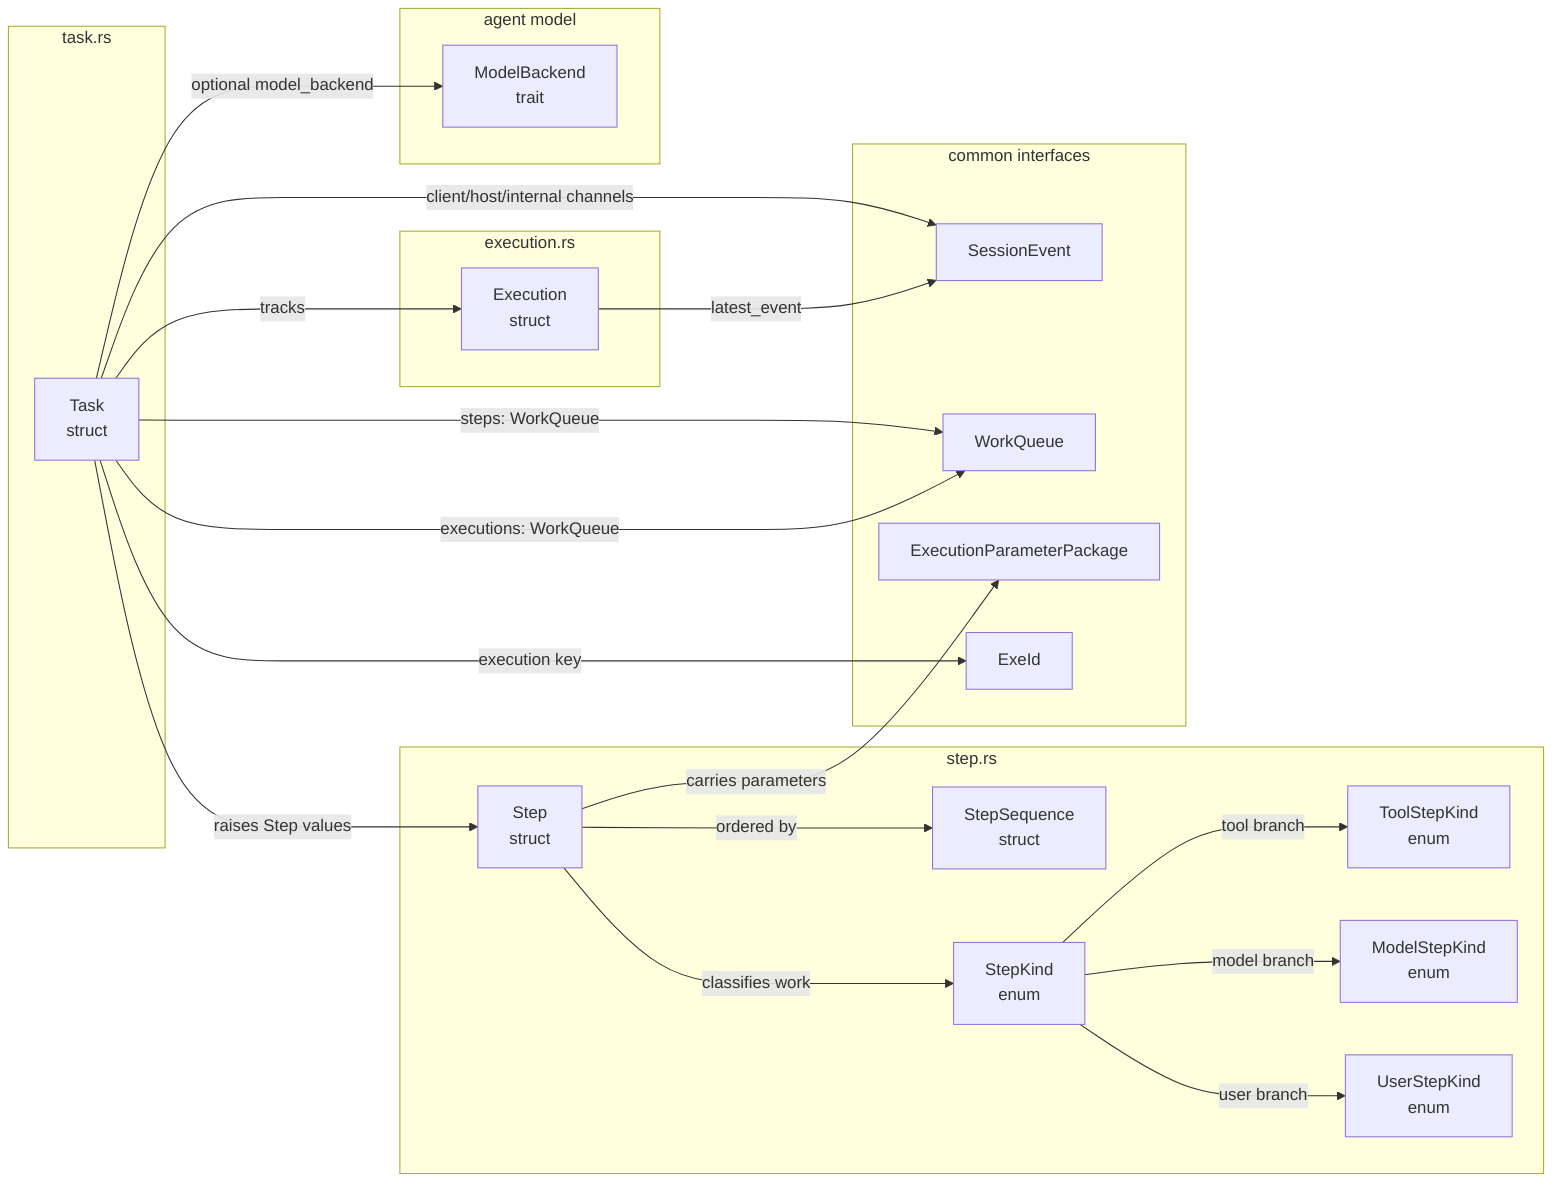
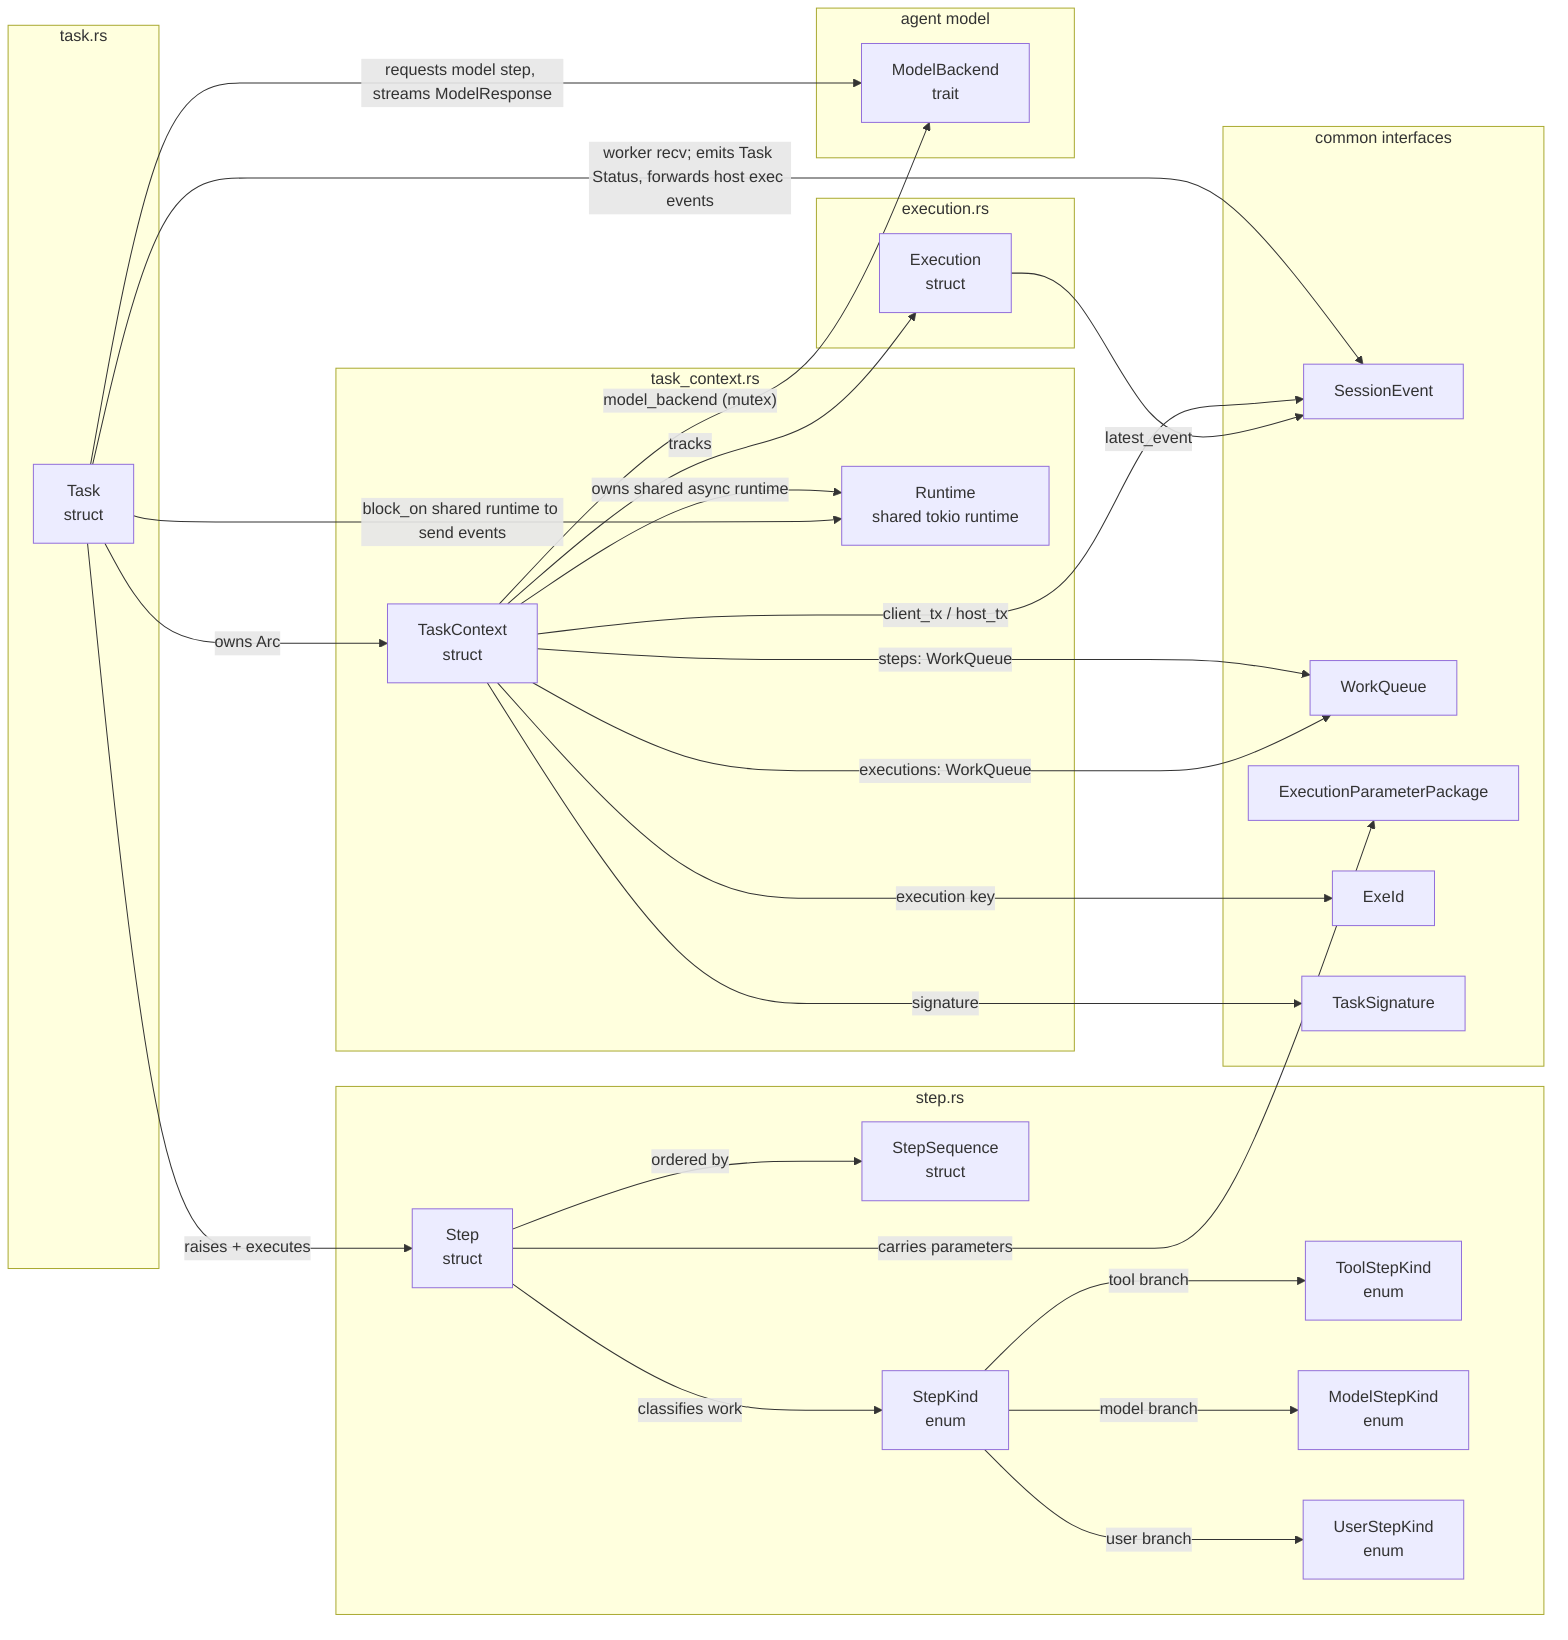
flowchart LR
-   %% mod.rs only declares child files and re-exports task types; method bodies are interface placeholders.
+   %% mod.rs re-exports task types; Task drives model steps on worker threads and block_on the shared tokio runtime owned by TaskContext to emit events.
  subgraph step_rs[step.rs]
    StepSequence["StepSequence\nstruct"]
    Step["Step\nstruct"]
    StepKind["StepKind\nenum"]
    ToolStepKind["ToolStepKind\nenum"]
    ModelStepKind["ModelStepKind\nenum"]
    UserStepKind["UserStepKind\nenum"]
  end

  subgraph task_rs[task.rs]
    Task["Task\nstruct"]
  end

+   subgraph task_context_rs[task_context.rs]
+     TaskContext["TaskContext\nstruct"]
+     SharedRuntime["Runtime\nshared tokio runtime"]
+   end
+ 
  subgraph execution_rs[execution.rs]
    Execution["Execution\nstruct"]
  end

  subgraph common_interfaces[common interfaces]
    SessionEvent["SessionEvent"]
    WorkQueue["WorkQueue"]
    ExecutionParameterPackage["ExecutionParameterPackage"]
    ExeId["ExeId"]
+     TaskSignature["TaskSignature"]
  end

  subgraph agent_model[agent model]
    ModelBackend["ModelBackend\ntrait"]
  end

  Step -->|"ordered by"| StepSequence
  Step -->|"classifies work"| StepKind
  Step -->|"carries parameters"| ExecutionParameterPackage
  StepKind -->|"tool branch"| ToolStepKind
  StepKind -->|"model branch"| ModelStepKind
  StepKind -->|"user branch"| UserStepKind
-   Task -->|"steps: WorkQueue<StepSequence, Step>"| WorkQueue
-   Task -->|"raises Step values"| Step
-   Task -->|"executions: WorkQueue<ExeId, Execution>"| WorkQueue
-   Task -->|"execution key"| ExeId
-   Task -->|"tracks"| Execution
-   Task -->|"optional model_backend"| ModelBackend
-   Task -->|"client/host/internal channels"| SessionEvent
+ 
+   Task -->|"owns Arc<TaskContext>"| TaskContext
+   Task -->|"raises + executes"| Step
+   Task -->|"requests model step, streams ModelResponse"| ModelBackend
+   Task -->|"worker recv; emits Task Status, forwards host exec events"| SessionEvent
+ 
+   TaskContext -->|"signature"| TaskSignature
+   TaskContext -->|"model_backend (mutex)"| ModelBackend
+   TaskContext -->|"steps: WorkQueue<StepSequence, Step>"| WorkQueue
+   TaskContext -->|"executions: WorkQueue<ExeId, Execution>"| WorkQueue
+   TaskContext -->|"tracks"| Execution
+   TaskContext -->|"execution key"| ExeId
+   TaskContext -->|"client_tx / host_tx"| SessionEvent
+   TaskContext -->|"owns shared async runtime"| SharedRuntime
+ 
+   Task -->|"block_on shared runtime to send events"| SharedRuntime
+ 
  Execution -->|"latest_event"| SessionEvent
